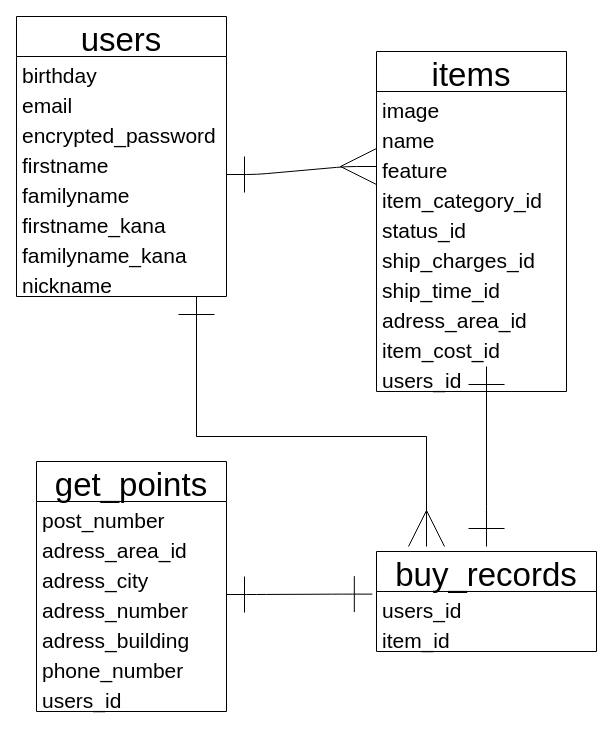
Before: test.drawio in saatoshi/furima-34313, a draw.io diagram. Source tidied: cells renumbered, new cells numbered last; positions are measured from the earlier drawing's top-left corner, leaving out a move shared by most shapes. Both pictures are drawn from the tidied source at 100%, with x=0, y=0 at pixel (16, 16).
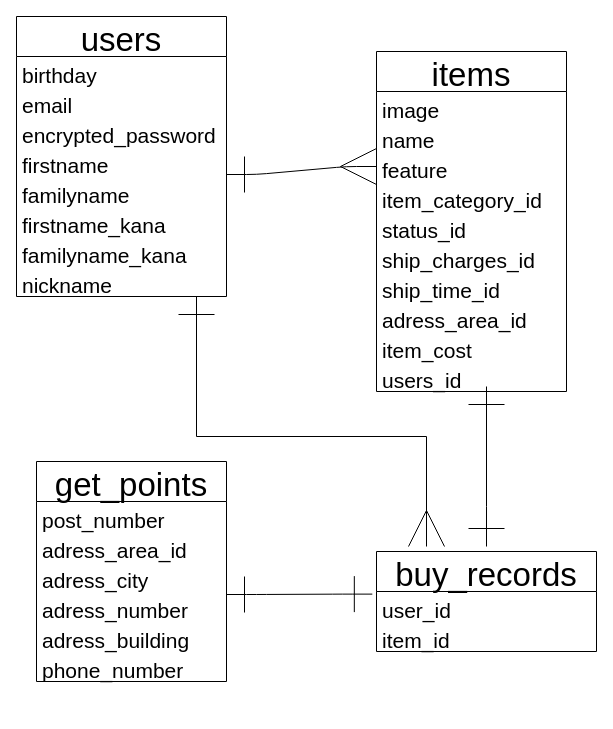
The same page after the edit.

Unchanged cells that the change refers to:
```xml
<mxCell id="11" value="items" style="swimlane;fontStyle=0;horizontal=1;startSize=40;align=center;fontSize=33;verticalAlign=bottom;" parent="1" vertex="1">
  <mxGeometry x="360" y="35" width="190" height="340" as="geometry" />
</mxCell>
<mxCell id="23" value="buy_records" style="swimlane;fontStyle=0;horizontal=1;startSize=40;align=center;fontSize=33;verticalAlign=bottom;" parent="1" vertex="1">
  <mxGeometry x="360" y="535" width="220" height="100" as="geometry" />
</mxCell>
```

The edit, as a diff of the source:
```diff
@@
-    <mxCell id="20" value="item_cost_id" style="text;strokeColor=none;fillColor=none;spacingLeft=4;spacingRight=4;overflow=hidden;fontSize=21;" parent="11" vertex="1">
+    <mxCell id="20" value="item_cost" style="text;strokeColor=none;fillColor=none;spacingLeft=4;spacingRight=4;overflow=hidden;fontSize=21;" parent="11" vertex="1">
       <mxGeometry y="280" width="190" height="30" as="geometry" />
     </mxCell>
@@
-    <mxCell id="24" value="users_id" style="text;strokeColor=none;fillColor=none;spacingLeft=4;spacingRight=4;overflow=hidden;points=[[0,0.5],[1,0.5]];portConstraint=eastwest;fontSize=21;" parent="23" vertex="1">
+    <mxCell id="24" value="user_id" style="text;strokeColor=none;fillColor=none;spacingLeft=4;spacingRight=4;overflow=hidden;points=[[0,0.5],[1,0.5]];portConstraint=eastwest;fontSize=21;" parent="23" vertex="1">
       <mxGeometry y="40" width="220" height="30" as="geometry" />
     </mxCell>
@@
     <mxCell id="26" value="get_points" style="swimlane;fontStyle=0;horizontal=1;startSize=40;align=center;fontSize=33;verticalAlign=bottom;" parent="1" vertex="1">
-      <mxGeometry x="20" y="445" width="190" height="250" as="geometry" />
+      <mxGeometry x="20" y="445" width="190" height="220" as="geometry" />
     </mxCell>
@@
-    <mxCell id="33" value="users_id" style="text;strokeColor=none;fillColor=none;spacingLeft=4;spacingRight=4;overflow=hidden;fontSize=21;" parent="26" vertex="1">
-      <mxGeometry y="220" width="190" height="30" as="geometry" />
-    </mxCell>
@@
     <mxCell id="35" style="edgeStyle=orthogonalEdgeStyle;rounded=0;orthogonalLoop=1;jettySize=auto;html=1;startArrow=ERone;startFill=0;startSize=34;endArrow=ERone;endFill=0;endSize=34;fontSize=33;" parent="1" edge="1">
       <mxGeometry relative="1" as="geometry">
         <mxPoint x="470" y="530" as="sourcePoint" />
-        <mxPoint x="470" y="350" as="targetPoint" />
+        <mxPoint x="470" y="370" as="targetPoint" />
         <Array as="points">
           <mxPoint x="470" y="490" />
           <mxPoint x="470" y="490" />
         </Array>
       </mxGeometry>
     </mxCell>
```
